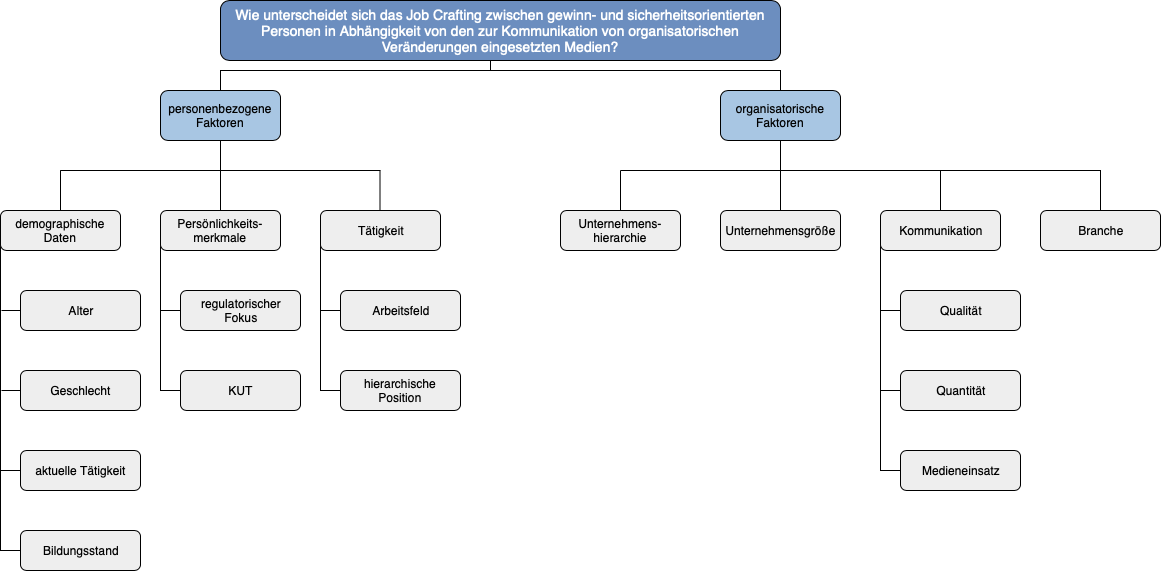
Before: images/Faktorenraum Job Crafting.png, a diagram exported from draw.io (JessicaS2512/JobCraftingWS1920). Source tidied: cells renumbered, new cells last; positions are measured from the earlier drawing's top-left corner, leaving out a move shared by most shapes.
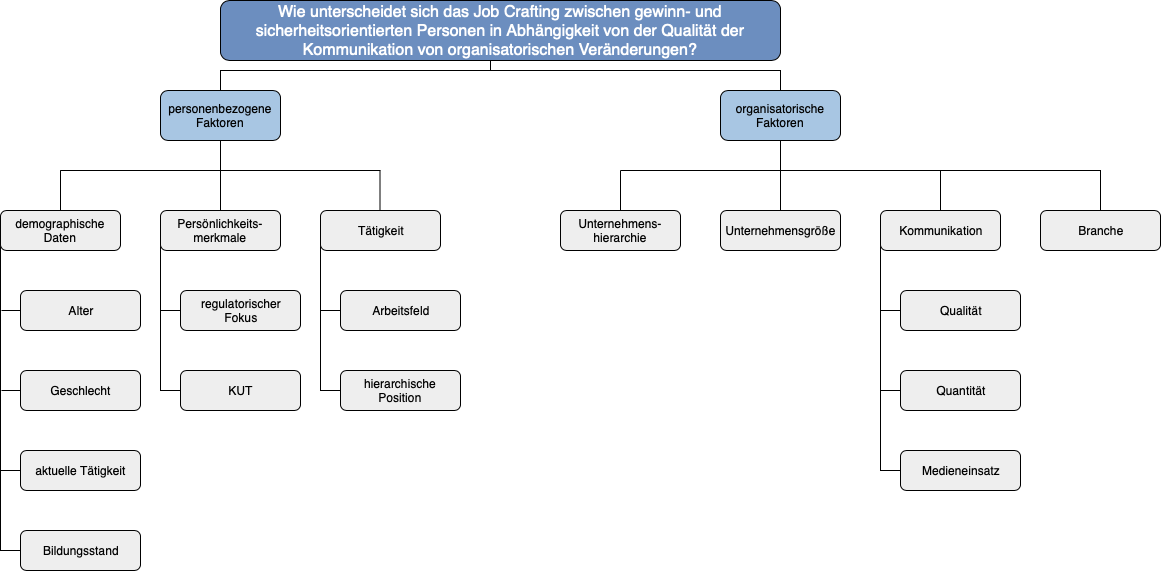
Above is the later version.

Commit message:
Bild geändert

The edit, as a diff of the source:
```diff
@@ -18,7 +18,7 @@
         </Array>
       </mxGeometry>
     </mxCell>
-    <mxCell id="4" value="&lt;font style=&quot;font-size: 14px&quot;&gt;Wie unterscheidet sich das Job Crafting zwischen gewinn- und sicherheitsorientierten Personen in Abhängigkeit von den zur Kommunikation von organisatorischen Veränderungen eingesetzten Medien?&lt;/font&gt;" style="rounded=1;whiteSpace=wrap;html=1;shadow=0;fillColor=#6C8EBF;strokeColor=#000000;fontColor=#FFFFFF;" parent="1" vertex="1">
+    <mxCell id="4" value="&lt;font style=&quot;font-size: 16px&quot;&gt;Wie unterscheidet sich das Job Crafting zwischen gewinn- und sicherheitsorientierten Personen in Abhängigkeit von der Qualität der Kommunikation von organisatorischen Veränderungen?&lt;/font&gt;" style="rounded=1;whiteSpace=wrap;html=1;shadow=0;fillColor=#6C8EBF;strokeColor=#000000;fontColor=#FFFFFF;" parent="1" vertex="1">
       <mxGeometry x="220" width="560" height="60" as="geometry" />
     </mxCell>
     <mxCell id="5" style="edgeStyle=orthogonalEdgeStyle;rounded=0;jettySize=auto;html=1;strokeColor=#000000;endArrow=none;endFill=0;" parent="1" edge="1" source="6" target="16">
```
